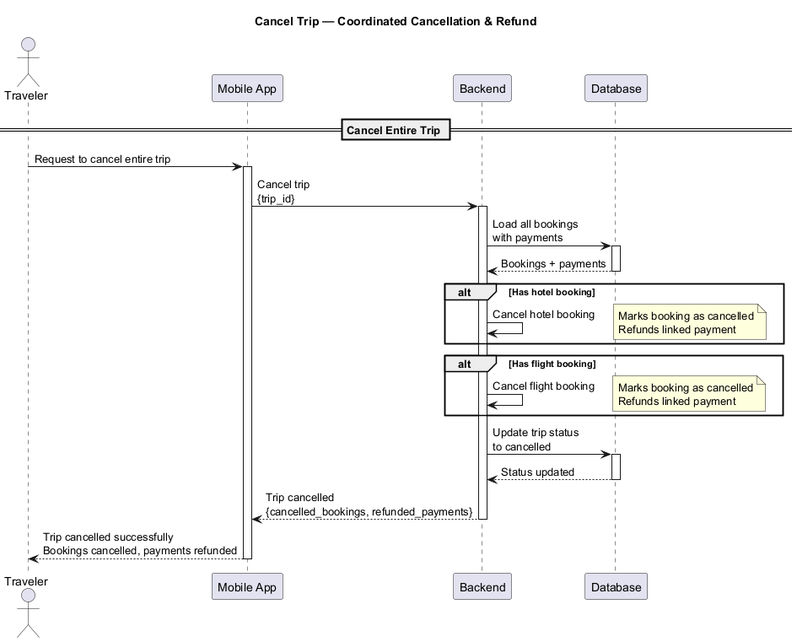
AbdelrahmanMostafa33/TourMate-AI keeps this PlantUML diagram as docs/Diagrams/Trip_Cancellation_Flow.png. Above is the earlier version. Source of this version:
```plantuml
@startuml Trip_Cancellation_Flow
title Cancel Trip — Coordinated Cancellation & Refund

actor Traveler
participant "Mobile App" as App
participant "Backend" as Backend
participant "Database" as DB

== Cancel Entire Trip ==

Traveler -> App: Request to cancel entire trip
activate App

App -> Backend: Cancel trip\n{trip_id}
activate Backend

Backend -> DB: Load all bookings\nwith payments
activate DB
DB --> Backend: Bookings + payments
deactivate DB

alt Has hotel booking
  Backend -> Backend: Cancel hotel booking
  note right
    Marks booking as cancelled
    Refunds linked payment
  end note
end

alt Has flight booking
  Backend -> Backend: Cancel flight booking
  note right
    Marks booking as cancelled
    Refunds linked payment
  end note
end

Backend -> DB: Update trip status\nto cancelled
activate DB
DB --> Backend: Status updated
deactivate DB

Backend --> App: Trip cancelled\n{cancelled_bookings, refunded_payments}
deactivate Backend

App --> Traveler: Trip cancelled successfully\nBookings cancelled, payments refunded
deactivate App

@enduml
```
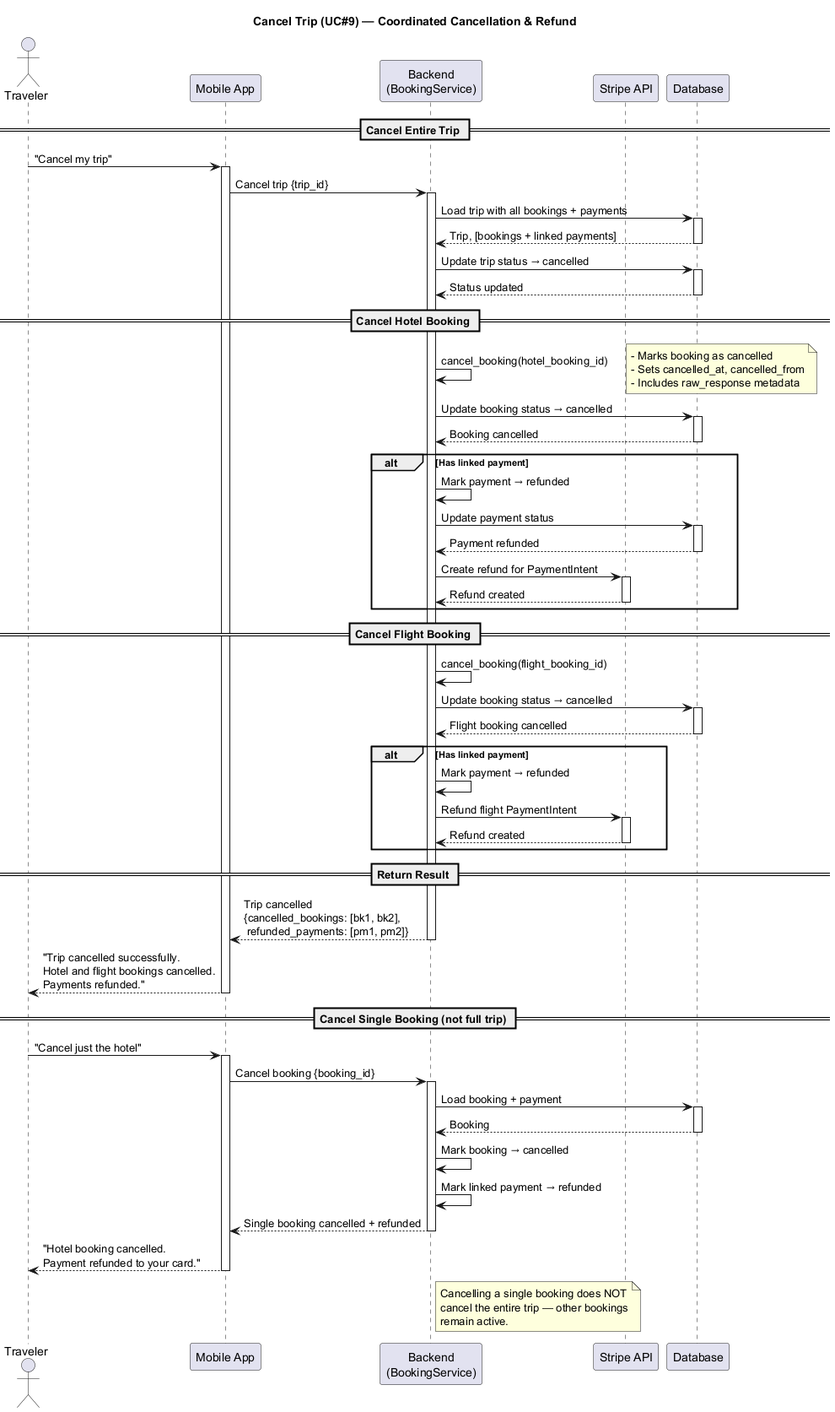
After the change.

Change to the diagram source:
```diff
@@ -1,49 +1,107 @@
 @startuml Trip_Cancellation_Flow
-title Cancel Trip — Coordinated Cancellation & Refund
+title Cancel Trip (UC#9) — Coordinated Cancellation & Refund
 
 actor Traveler
 participant "Mobile App" as App
-participant "Backend" as Backend
+participant "Backend\n(BookingService)" as Backend
+participant "Stripe API" as Stripe
 participant "Database" as DB
 
 == Cancel Entire Trip ==
 
-Traveler -> App: Request to cancel entire trip
+Traveler -> App: "Cancel my trip"
 activate App
 
-App -> Backend: Cancel trip\n{trip_id}
+App -> Backend: Cancel trip {trip_id}
 activate Backend
 
-Backend -> DB: Load all bookings\nwith payments
+Backend -> DB: Load trip with all bookings + payments
 activate DB
-DB --> Backend: Bookings + payments
+DB --> Backend: Trip, [bookings + linked payments]
 deactivate DB
 
-alt Has hotel booking
-  Backend -> Backend: Cancel hotel booking
-  note right
-    Marks booking as cancelled
-    Refunds linked payment
-  end note
-end
-
-alt Has flight booking
-  Backend -> Backend: Cancel flight booking
-  note right
-    Marks booking as cancelled
-    Refunds linked payment
-  end note
-end
-
-Backend -> DB: Update trip status\nto cancelled
+Backend -> DB: Update trip status → cancelled
 activate DB
 DB --> Backend: Status updated
 deactivate DB
 
-Backend --> App: Trip cancelled\n{cancelled_bookings, refunded_payments}
+== Cancel Hotel Booking ==
+
+Backend -> Backend: cancel_booking(hotel_booking_id)
+note right
+  - Marks booking as cancelled
+  - Sets cancelled_at, cancelled_from
+  - Includes raw_response metadata
+end note
+
+Backend -> DB: Update booking status → cancelled
+activate DB
+DB --> Backend: Booking cancelled
+deactivate DB
+
+alt Has linked payment
+  Backend -> Backend: Mark payment → refunded
+  Backend -> DB: Update payment status
+  activate DB
+  DB --> Backend: Payment refunded
+  deactivate DB
+
+  Backend -> Stripe: Create refund for PaymentIntent
+  activate Stripe
+  Stripe --> Backend: Refund created
+  deactivate Stripe
+end
+
+== Cancel Flight Booking ==
+
+Backend -> Backend: cancel_booking(flight_booking_id)
+Backend -> DB: Update booking status → cancelled
+activate DB
+DB --> Backend: Flight booking cancelled
+deactivate DB
+
+alt Has linked payment
+  Backend -> Backend: Mark payment → refunded
+  Backend -> Stripe: Refund flight PaymentIntent
+  activate Stripe
+  Stripe --> Backend: Refund created
+  deactivate Stripe
+end
+
+== Return Result ==
+
+Backend --> App: Trip cancelled\n{cancelled_bookings: [bk1, bk2],\n refunded_payments: [pm1, pm2]}
 deactivate Backend
 
-App --> Traveler: Trip cancelled successfully\nBookings cancelled, payments refunded
+App --> Traveler: "Trip cancelled successfully.\nHotel and flight bookings cancelled.\nPayments refunded."
 deactivate App
 
+== Cancel Single Booking (not full trip) ==
+
+Traveler -> App: "Cancel just the hotel"
+activate App
+
+App -> Backend: Cancel booking {booking_id}
+activate Backend
+
+Backend -> DB: Load booking + payment
+activate DB
+DB --> Backend: Booking
+deactivate DB
+
+Backend -> Backend: Mark booking → cancelled
+Backend -> Backend: Mark linked payment → refunded
+
+Backend --> App: Single booking cancelled + refunded
+deactivate Backend
+
+App --> Traveler: "Hotel booking cancelled.\nPayment refunded to your card."
+deactivate App
+
+Note right of Backend
+  Cancelling a single booking does NOT
+  cancel the entire trip — other bookings
+  remain active.
+end note
+
 @enduml
```
